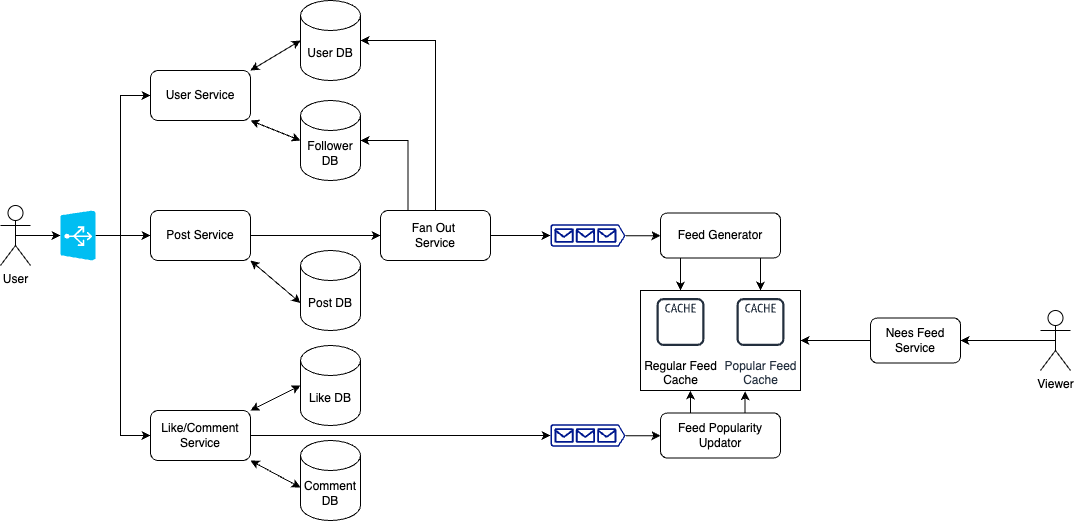
This is images/NewsFeed.png from muskan70/HLDSolutions, a draw.io export, as it was before one commit. Source tidied: cells renumbered, new cells last; positions are measured from the earlier drawing's top-left corner, leaving out a move shared by most shapes.
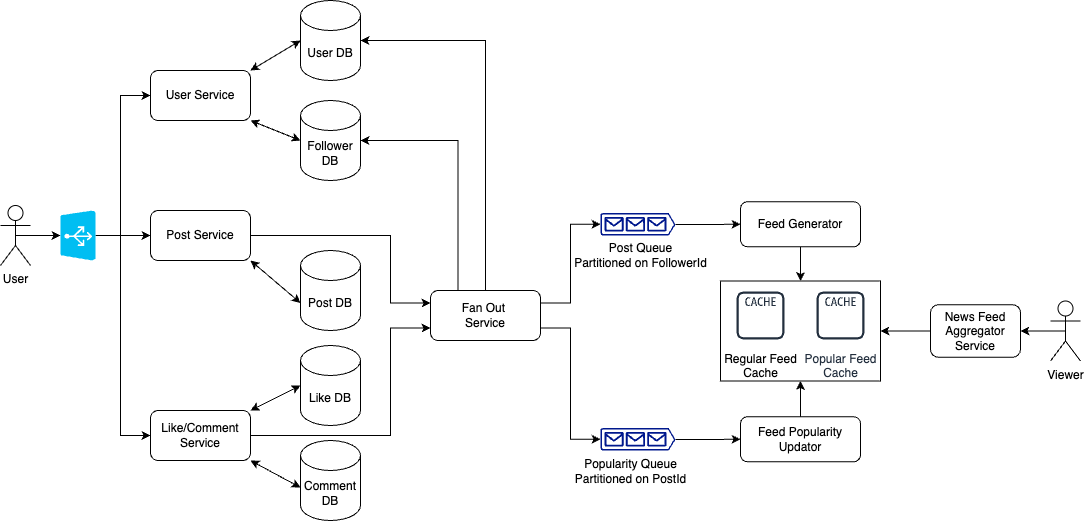
The same diagram one commit later.

Commit message:
added system go through

Diff of the diagram source:
```diff
@@ -3,13 +3,13 @@
     <mxCell id="0" />
     <mxCell id="1" parent="0" />
     <mxCell id="2" style="rounded=0;whiteSpace=wrap;html=1;" parent="1" vertex="1">
-      <mxGeometry x="640" y="290" width="160" height="100" as="geometry" />
+      <mxGeometry x="720" y="280.5" width="160" height="100" as="geometry" />
     </mxCell>
     <mxCell id="3" style="edgeStyle=orthogonalEdgeStyle;rounded=0;jettySize=auto;html=1;exitX=0.5;exitY=0.5;exitDx=0;exitDy=0;exitPerimeter=0;entryX=1;entryY=0.5;entryDx=0;entryDy=0;" parent="1" edge="1" source="4" target="43">
       <mxGeometry relative="1" as="geometry" />
     </mxCell>
     <mxCell id="4" value="Viewer" style="shape=umlActor;verticalLabelPosition=bottom;verticalAlign=top;html=1;outlineConnect=0;" parent="1" vertex="1">
-      <mxGeometry x="1040" y="310" width="30" height="60" as="geometry" />
+      <mxGeometry x="1050" y="300.5" width="30" height="60" as="geometry" />
     </mxCell>
     <mxCell id="5" value="User Service" style="rounded=1;whiteSpace=wrap;html=1;" parent="1" vertex="1">
       <mxGeometry x="150" y="70" width="100" height="50" as="geometry" />
@@ -23,8 +23,13 @@
     <mxCell id="8" value="User" style="shape=umlActor;verticalLabelPosition=bottom;verticalAlign=top;html=1;outlineConnect=0;" parent="1" vertex="1">
       <mxGeometry y="205" width="30" height="60" as="geometry" />
     </mxCell>
-    <mxCell id="9" style="edgeStyle=orthogonalEdgeStyle;rounded=0;jettySize=auto;html=1;exitX=1;exitY=0.5;exitDx=0;exitDy=0;entryX=0;entryY=0.5;entryDx=0;entryDy=0;" parent="1" edge="1" source="10" target="16">
-      <mxGeometry relative="1" as="geometry" />
+    <mxCell id="9" style="edgeStyle=orthogonalEdgeStyle;rounded=0;jettySize=auto;html=1;exitX=1;exitY=0.5;exitDx=0;exitDy=0;entryX=0;entryY=0.25;entryDx=0;entryDy=0;" parent="1" edge="1" source="10" target="16">
+      <mxGeometry relative="1" as="geometry">
+        <Array as="points">
+          <mxPoint x="390" y="235" />
+          <mxPoint x="390" y="303" />
+        </Array>
+      </mxGeometry>
     </mxCell>
     <mxCell id="10" value="Post Service" style="rounded=1;whiteSpace=wrap;html=1;" parent="1" vertex="1">
       <mxGeometry x="150" y="210" width="100" height="50" as="geometry" />
@@ -45,7 +50,7 @@
       <mxGeometry x="300" y="440" width="60" height="80" as="geometry" />
     </mxCell>
     <mxCell id="16" value="Fan Out&amp;nbsp;&lt;div&gt;Service&lt;/div&gt;" style="rounded=1;whiteSpace=wrap;html=1;" parent="1" vertex="1">
-      <mxGeometry x="380" y="210" width="110" height="50" as="geometry" />
+      <mxGeometry x="430" y="290" width="110" height="50" as="geometry" />
     </mxCell>
     <mxCell id="17" style="edgeStyle=orthogonalEdgeStyle;rounded=0;jettySize=auto;html=1;exitX=0.5;exitY=1;exitDx=0;exitDy=0;exitPerimeter=0;" parent="1" edge="1" source="20" target="10">
       <mxGeometry relative="1" as="geometry" />
@@ -88,19 +93,24 @@
       <mxGeometry relative="1" as="geometry" />
     </mxCell>
     <mxCell id="27" style="sketch=0;shadow=0;dashed=0;html=1;strokeColor=none;labelPosition=center;verticalLabelPosition=bottom;verticalAlign=top;align=center;fillColor=#00188D;shape=mxgraph.azure.queue_generic;" parent="1" vertex="1">
-      <mxGeometry x="550" y="223.8" width="75" height="22.5" as="geometry" />
+      <mxGeometry x="600" y="212.5" width="75" height="22.5" as="geometry" />
     </mxCell>
-    <mxCell id="28" style="edgeStyle=orthogonalEdgeStyle;rounded=0;jettySize=auto;html=1;exitX=1;exitY=0.5;exitDx=0;exitDy=0;entryX=0;entryY=0.5;entryDx=0;entryDy=0;entryPerimeter=0;" parent="1" edge="1" source="16" target="27">
+    <mxCell id="28" style="edgeStyle=orthogonalEdgeStyle;rounded=0;jettySize=auto;html=1;exitX=1;exitY=0.25;exitDx=0;exitDy=0;entryX=0;entryY=0.5;entryDx=0;entryDy=0;entryPerimeter=0;" parent="1" edge="1" source="16" target="27">
       <mxGeometry relative="1" as="geometry" />
     </mxCell>
     <mxCell id="29" style="edgeStyle=orthogonalEdgeStyle;rounded=0;jettySize=auto;html=1;exitX=1;exitY=0.51;exitDx=0;exitDy=0;exitPerimeter=0;entryX=0;entryY=0.5;entryDx=0;entryDy=0;" parent="1" edge="1" source="30" target="37">
       <mxGeometry relative="1" as="geometry" />
     </mxCell>
     <mxCell id="30" style="sketch=0;shadow=0;dashed=0;html=1;strokeColor=none;labelPosition=center;verticalLabelPosition=bottom;verticalAlign=top;align=center;fillColor=#00188D;shape=mxgraph.azure.queue_generic;" parent="1" vertex="1">
-      <mxGeometry x="550" y="423.8" width="75" height="22.5" as="geometry" />
+      <mxGeometry x="600" y="427.5" width="75" height="22.5" as="geometry" />
     </mxCell>
-    <mxCell id="31" style="edgeStyle=orthogonalEdgeStyle;rounded=0;jettySize=auto;html=1;exitX=1;exitY=0.5;exitDx=0;exitDy=0;entryX=0;entryY=0.5;entryDx=0;entryDy=0;entryPerimeter=0;" parent="1" edge="1" source="11" target="30">
-      <mxGeometry relative="1" as="geometry" />
+    <mxCell id="31" style="edgeStyle=orthogonalEdgeStyle;rounded=0;jettySize=auto;html=1;exitX=1;exitY=0.5;exitDx=0;exitDy=0;entryX=0;entryY=0.75;entryDx=0;entryDy=0;" parent="1" edge="1" source="11" target="16">
+      <mxGeometry relative="1" as="geometry">
+        <Array as="points">
+          <mxPoint x="390" y="435" />
+          <mxPoint x="390" y="328" />
+        </Array>
+      </mxGeometry>
     </mxCell>
     <mxCell id="32" style="edgeStyle=orthogonalEdgeStyle;rounded=0;jettySize=auto;html=1;exitX=0.5;exitY=0;exitDx=0;exitDy=0;entryX=1;entryY=0.5;entryDx=0;entryDy=0;entryPerimeter=0;" parent="1" edge="1" source="16" target="6">
       <mxGeometry relative="1" as="geometry" />
@@ -108,35 +118,38 @@
     <mxCell id="33" style="edgeStyle=orthogonalEdgeStyle;rounded=0;jettySize=auto;html=1;exitX=0.25;exitY=0;exitDx=0;exitDy=0;entryX=1;entryY=0.5;entryDx=0;entryDy=0;entryPerimeter=0;" parent="1" edge="1" source="16" target="13">
       <mxGeometry relative="1" as="geometry" />
     </mxCell>
-    <mxCell id="34" style="edgeStyle=orthogonalEdgeStyle;rounded=0;jettySize=auto;html=1;exitX=0.25;exitY=1;exitDx=0;exitDy=0;entryX=0.25;entryY=0;entryDx=0;entryDy=0;" parent="1" edge="1" source="36" target="2">
-      <mxGeometry relative="1" as="geometry" />
-    </mxCell>
-    <mxCell id="35" style="edgeStyle=orthogonalEdgeStyle;rounded=0;jettySize=auto;html=1;exitX=0.75;exitY=1;exitDx=0;exitDy=0;entryX=0.75;entryY=0;entryDx=0;entryDy=0;" parent="1" edge="1" source="36" target="2">
-      <mxGeometry relative="1" as="geometry" />
-    </mxCell>
+    <mxCell id="44" style="edgeStyle=orthogonalEdgeStyle;rounded=0;jettySize=auto;html=1;exitX=0.5;exitY=1;exitDx=0;exitDy=0;" parent="1" edge="1" source="36" target="2">
+      <mxGeometry relative="1" as="geometry" />
+    </mxCell>
     <mxCell id="36" value="Feed Generator" style="rounded=1;whiteSpace=wrap;html=1;" parent="1" vertex="1">
-      <mxGeometry x="660" y="212.5" width="120" height="45" as="geometry" />
+      <mxGeometry x="740" y="201.2" width="120" height="45" as="geometry" />
     </mxCell>
+    <mxCell id="45" style="edgeStyle=orthogonalEdgeStyle;rounded=0;jettySize=auto;html=1;exitX=0.5;exitY=0;exitDx=0;exitDy=0;entryX=0.5;entryY=1;entryDx=0;entryDy=0;" parent="1" edge="1" source="37" target="2">
+      <mxGeometry relative="1" as="geometry" />
+    </mxCell>
     <mxCell id="37" value="Feed Popularity&lt;div&gt;Updator&lt;/div&gt;" style="rounded=1;whiteSpace=wrap;html=1;" parent="1" vertex="1">
-      <mxGeometry x="660" y="412.5" width="120" height="45" as="geometry" />
+      <mxGeometry x="740" y="416.2" width="120" height="45" as="geometry" />
     </mxCell>
     <mxCell id="38" value="&lt;span style=&quot;color: rgb(0, 0, 0); text-wrap-mode: wrap;&quot;&gt;Regular&amp;nbsp;&lt;/span&gt;&lt;span style=&quot;color: light-dark(rgb(0, 0, 0), rgb(237, 237, 237)); text-wrap-mode: wrap; background-color: transparent;&quot;&gt;Feed&lt;/span&gt;&lt;div&gt;&lt;span style=&quot;color: light-dark(rgb(0, 0, 0), rgb(237, 237, 237)); text-wrap-mode: wrap; background-color: transparent;&quot;&gt;Cache&lt;/span&gt;&lt;/div&gt;" style="sketch=0;fontColor=#232F3E;gradientColor=none;strokeColor=#232F3E;fillColor=#ffffff;dashed=0;verticalLabelPosition=bottom;verticalAlign=top;align=center;html=1;fontSize=12;fontStyle=0;shape=mxgraph.aws4.resourceIcon;resIcon=mxgraph.aws4.cache_node;" parent="1" vertex="1">
-      <mxGeometry x="650" y="291.5" width="60" height="60" as="geometry" />
+      <mxGeometry x="730" y="285" width="60" height="60" as="geometry" />
     </mxCell>
     <mxCell id="39" value="Popular Feed&lt;div&gt;Cache&lt;/div&gt;" style="sketch=0;fontColor=#232F3E;gradientColor=none;strokeColor=#232F3E;fillColor=#ffffff;dashed=0;verticalLabelPosition=bottom;verticalAlign=top;align=center;html=1;fontSize=12;fontStyle=0;shape=mxgraph.aws4.resourceIcon;resIcon=mxgraph.aws4.cache_node;" parent="1" vertex="1">
-      <mxGeometry x="730" y="291.5" width="60" height="60" as="geometry" />
+      <mxGeometry x="810" y="285" width="60" height="60" as="geometry" />
     </mxCell>
-    <mxCell id="40" style="edgeStyle=orthogonalEdgeStyle;rounded=0;jettySize=auto;html=1;exitX=0.25;exitY=0;exitDx=0;exitDy=0;entryX=0.312;entryY=1;entryDx=0;entryDy=0;entryPerimeter=0;" parent="1" edge="1" source="37" target="2">
-      <mxGeometry relative="1" as="geometry" />
-    </mxCell>
-    <mxCell id="41" style="edgeStyle=orthogonalEdgeStyle;rounded=0;jettySize=auto;html=1;exitX=0.75;exitY=0;exitDx=0;exitDy=0;entryX=0.653;entryY=1.008;entryDx=0;entryDy=0;entryPerimeter=0;" parent="1" edge="1" source="37" target="2">
-      <mxGeometry relative="1" as="geometry" />
-    </mxCell>
     <mxCell id="42" style="edgeStyle=orthogonalEdgeStyle;rounded=0;jettySize=auto;html=1;exitX=0;exitY=0.5;exitDx=0;exitDy=0;entryX=1;entryY=0.5;entryDx=0;entryDy=0;" parent="1" edge="1" source="43" target="2">
       <mxGeometry relative="1" as="geometry" />
     </mxCell>
-    <mxCell id="43" value="Nees Feed&lt;div&gt;Service&lt;/div&gt;" style="rounded=1;whiteSpace=wrap;html=1;" parent="1" vertex="1">
-      <mxGeometry x="870" y="317.5" width="90" height="45" as="geometry" />
+    <mxCell id="43" value="News Feed&lt;div&gt;Aggregator&lt;br&gt;&lt;div&gt;Service&lt;/div&gt;&lt;/div&gt;" style="rounded=1;whiteSpace=wrap;html=1;" parent="1" vertex="1">
+      <mxGeometry x="930" y="304.2" width="90" height="52.5" as="geometry" />
     </mxCell>
+    <mxCell id="46" value="Post Queue&lt;div&gt;Partitioned on FollowerId&lt;/div&gt;" style="text;html=1;align=center;verticalAlign=middle;strokeColor=none;fillColor=none;" parent="1" vertex="1">
+      <mxGeometry x="560" y="235" width="160" height="40" as="geometry" />
+    </mxCell>
+    <mxCell id="47" value="Popularity Queue&lt;div&gt;Partitioned on PostId&lt;/div&gt;" style="text;html=1;align=center;verticalAlign=middle;strokeColor=none;fillColor=none;" parent="1" vertex="1">
+      <mxGeometry x="565" y="451.2" width="130" height="40" as="geometry" />
+    </mxCell>
+    <mxCell id="48" style="edgeStyle=orthogonalEdgeStyle;rounded=0;jettySize=auto;html=1;exitX=1;exitY=0.75;exitDx=0;exitDy=0;entryX=0;entryY=0.5;entryDx=0;entryDy=0;entryPerimeter=0;" parent="1" edge="1" source="16" target="30">
+      <mxGeometry relative="1" as="geometry" />
+    </mxCell>
   </root>
 </mxGraphModel>
```
